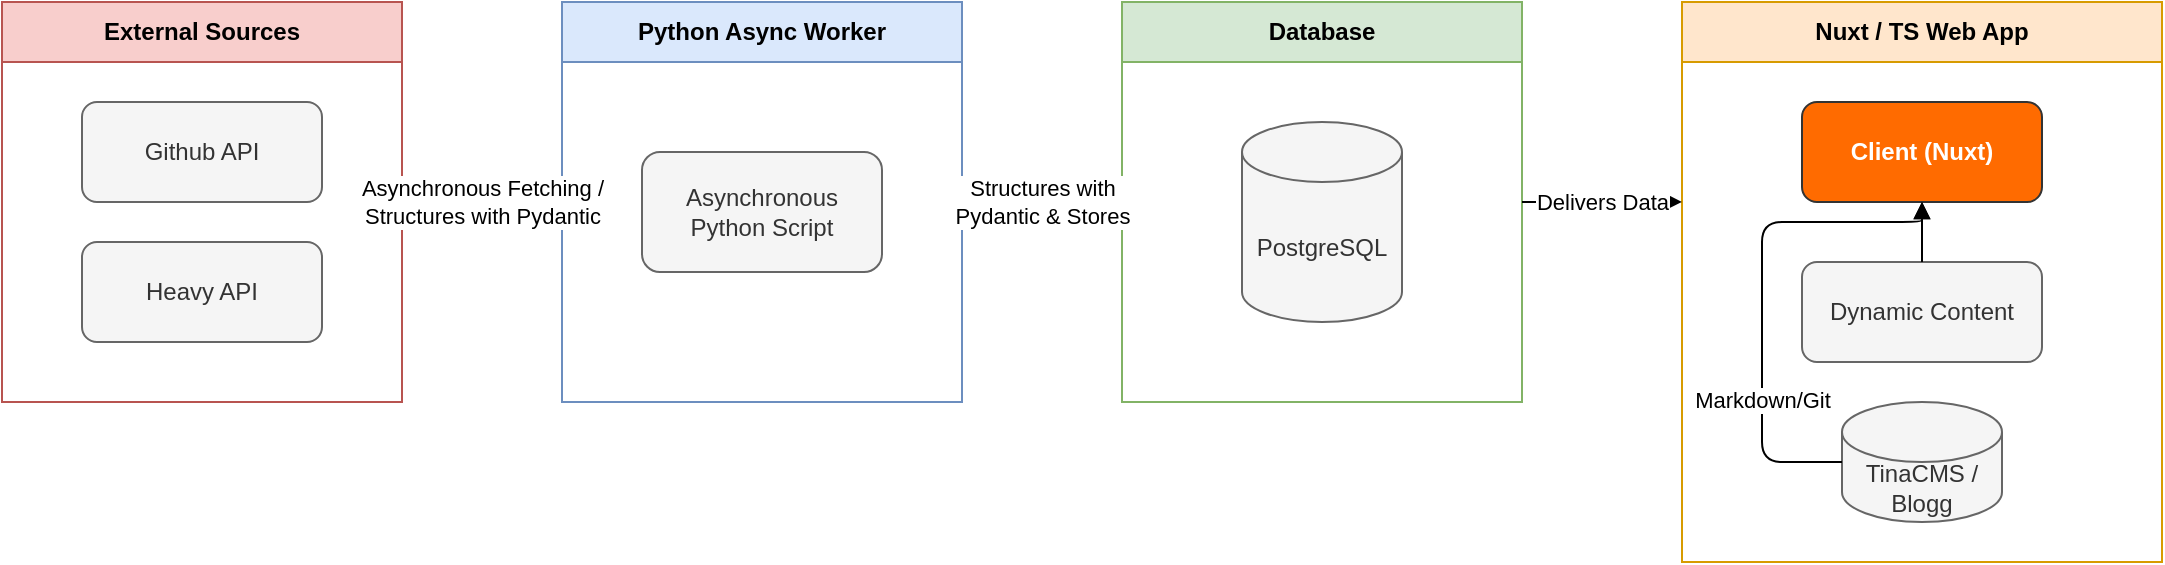
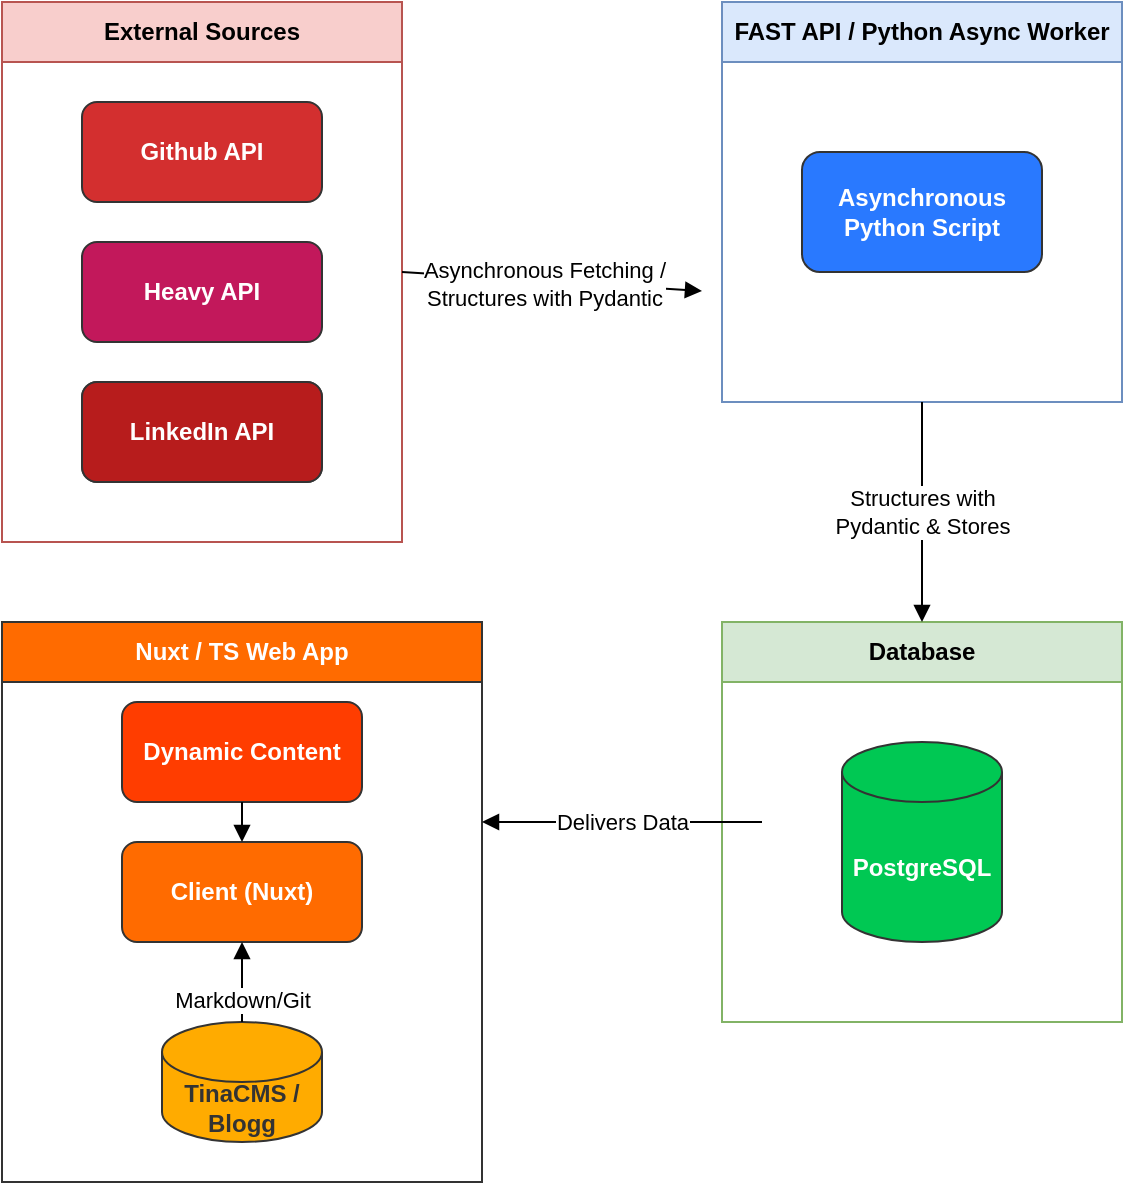
- <?xml version="1.0" encoding="UTF-8"?>
- <mxfile host="app.diagrams.net" modified="2026-05-16T14:00:00.000Z" agent="Gemini CLI" version="14.7.6">
-   <diagram id="context-diagram" name="System Context Diagram">
-     <mxGraphModel dx="1422" dy="762" grid="1" gridSize="10" guides="1" tooltips="1" connect="1" arrows="1" fold="1" page="1" pageScale="1" pageWidth="1169" pageHeight="827" math="0" shadow="0">
-       <root>
-         <mxCell id="0" />
-         <mxCell id="1" parent="0" />
- 
-         <!-- Subgraph: External Sources (Red) -->
-         <mxCell id="group-ext" value="External Sources" style="swimlane;whiteSpace=wrap;html=1;fillColor=#f8cecc;strokeColor=#b85450;startSize=30;fontStyle=1;" vertex="1" parent="1">
-           <mxGeometry x="40" y="40" width="200" height="200" as="geometry" />
-         </mxCell>
-         <mxCell id="node-github" value="Github API" style="rounded=1;whiteSpace=wrap;html=1;fillColor=#f5f5f5;fontColor=#333333;strokeColor=#666666;" vertex="1" parent="group-ext">
-           <mxGeometry x="40" y="50" width="120" height="50" as="geometry" />
-         </mxCell>
-         <mxCell id="node-heavy" value="Heavy API" style="rounded=1;whiteSpace=wrap;html=1;fillColor=#f5f5f5;fontColor=#333333;strokeColor=#666666;" vertex="1" parent="group-ext">
-           <mxGeometry x="40" y="120" width="120" height="50" as="geometry" />
-         </mxCell>
- 
-         <!-- Subgraph: Python Async Worker (Blue) -->
-         <mxCell id="group-backend" value="Python Async Worker" style="swimlane;whiteSpace=wrap;html=1;fillColor=#dae8fc;strokeColor=#6c8ebf;startSize=30;fontStyle=1;" vertex="1" parent="1">
-           <mxGeometry x="320" y="40" width="200" height="200" as="geometry" />
-         </mxCell>
-         <mxCell id="node-python" value="Asynchronous&#xa;Python Script" style="rounded=1;whiteSpace=wrap;html=1;fillColor=#f5f5f5;fontColor=#333333;strokeColor=#666666;" vertex="1" parent="group-backend">
-           <mxGeometry x="40" y="75" width="120" height="60" as="geometry" />
-         </mxCell>
- 
-         <!-- Subgraph: Database (Green) -->
-         <mxCell id="group-db" value="Database" style="swimlane;whiteSpace=wrap;html=1;fillColor=#d5e8d4;strokeColor=#82b366;startSize=30;fontStyle=1;" vertex="1" parent="1">
-           <mxGeometry x="600" y="40" width="200" height="200" as="geometry" />
-         </mxCell>
-         <mxCell id="node-postgres" value="PostgreSQL" style="shape=cylinder3;whiteSpace=wrap;html=1;boundedLbl=1;backgroundOutline=1;size=15;fillColor=#f5f5f5;fontColor=#333333;strokeColor=#666666;" vertex="1" parent="group-db">
-           <mxGeometry x="60" y="60" width="80" height="100" as="geometry" />
-         </mxCell>
- 
-         <!-- Subgraph: Nuxt / TS Web App (Orange) -->
-         <mxCell id="group-frontend" value="Nuxt / TS Web App" style="swimlane;whiteSpace=wrap;html=1;fillColor=#ffe6cc;strokeColor=#d79b00;startSize=30;fontStyle=1;" vertex="1" parent="1">
-           <mxGeometry x="880" y="40" width="240" height="280" as="geometry" />
-         </mxCell>
-         <mxCell id="node-nuxt" value="Client (Nuxt)" style="rounded=1;whiteSpace=wrap;html=1;fillColor=#FF6B00;fontColor=#ffffff;strokeColor=#333333;fontStyle=1" vertex="1" parent="group-frontend">
-           <mxGeometry x="60" y="50" width="120" height="50" as="geometry" />
-         </mxCell>
-         <mxCell id="node-dynamic" value="Dynamic Content" style="rounded=1;whiteSpace=wrap;html=1;fillColor=#f5f5f5;fontColor=#333333;strokeColor=#666666;" vertex="1" parent="group-frontend">
-           <mxGeometry x="60" y="130" width="120" height="50" as="geometry" />
-         </mxCell>
-         <mxCell id="node-tina" value="TinaCMS / Blogg" style="shape=cylinder3;whiteSpace=wrap;html=1;boundedLbl=1;backgroundOutline=1;size=15;fillColor=#f5f5f5;fontColor=#333333;strokeColor=#666666;" vertex="1" parent="group-frontend">
-           <mxGeometry x="80" y="200" width="80" height="60" as="geometry" />
-         </mxCell>
- 
-         <!-- Connections -->
-         <mxCell id="edge1" value="Asynchronous Fetching /&#xa;Structures with Pydantic" style="endArrow=block;endFill=1;html=1;exitX=1;exitY=0.5;exitDx=0;exitDy=0;entryX=0;entryY=0.5;entryDx=0;entryDy=0;" edge="1" parent="1" source="group-ext" target="group-backend">
-           <mxGeometry relative="1" as="geometry" />
-         </mxCell>
-         <mxCell id="edge2" value="Structures with&#xa;Pydantic &amp; Stores" style="endArrow=block;endFill=1;html=1;exitX=1;exitY=0.5;exitDx=0;exitDy=0;entryX=0;entryY=0.5;entryDx=0;entryDy=0;" edge="1" parent="1" source="group-backend" target="group-db">
-           <mxGeometry relative="1" as="geometry" />
-         </mxCell>
-         <mxCell id="edge3" value="Delivers Data" style="endArrow=block;endFill=1;html=1;exitX=1;exitY=0.5;exitDx=0;exitDy=0;entryX=0;entryY=0.357;entryDx=0;entryDy=0;entryPerimeter=0;" edge="1" parent="1" source="group-db" target="group-frontend">
-           <mxGeometry relative="1" as="geometry" />
-         </mxCell>
-         <mxCell id="edge4" value="" style="endArrow=block;endFill=1;html=1;exitX=0.5;exitY=0;exitDx=0;exitDy=0;entryX=0.5;entryY=1;entryDx=0;entryDy=0;" edge="1" parent="group-frontend" source="node-dynamic" target="node-nuxt">
-           <mxGeometry relative="1" as="geometry" />
-         </mxCell>
-         <mxCell id="edge5" value="Markdown/Git" style="endArrow=block;endFill=1;html=1;exitX=0;exitY=0.5;exitDx=0;exitDy=0;exitPerimeter=0;entryX=0.5;entryY=1;entryDx=0;entryDy=0;edgeStyle=orthogonalEdgeStyle;curved=0;" edge="1" parent="group-frontend" source="node-tina" target="node-nuxt">
-           <mxGeometry x="-0.4286" relative="1" as="geometry">
-             <mxPoint as="offset" />
-             <Array as="points">
-               <mxPoint x="40" y="230" />
-               <mxPoint x="40" y="110" />
-               <mxPoint x="120" y="110" />
-             </Array>
-           </mxGeometry>
-         </mxCell>
- 
-       </root>
-     </mxGraphModel>
-   </diagram>
- </mxfile>
+ <mxfile host="65bd71144e">
+     <diagram id="context-diagram" name="System Context Diagram">
+         <mxGraphModel dx="1369" dy="740" grid="1" gridSize="10" guides="1" tooltips="1" connect="1" arrows="1" fold="1" page="1" pageScale="1" pageWidth="1169" pageHeight="827" math="0" shadow="0">
+             <root>
+                 <mxCell id="0"/>
+                 <mxCell id="1" parent="0"/>
+                 <mxCell id="group-ext" value="External Sources" style="swimlane;whiteSpace=wrap;html=1;fillColor=#f8cecc;strokeColor=#b85450;startSize=30;fontStyle=1;" parent="1" vertex="1">
+                     <mxGeometry x="40" y="40" width="200" height="270" as="geometry"/>
+                 </mxCell>
+                 <mxCell id="node-github" value="Github API" style="rounded=1;whiteSpace=wrap;html=1;fillColor=#D32F2F;fontColor=#ffffff;strokeColor=#333333;fontStyle=1" parent="group-ext" vertex="1">
+                     <mxGeometry x="40" y="50" width="120" height="50" as="geometry"/>
+                 </mxCell>
+                 <mxCell id="node-heavy" value="Heavy API" style="rounded=1;whiteSpace=wrap;html=1;fillColor=#C2185B;fontColor=#ffffff;strokeColor=#333333;fontStyle=1" parent="group-ext" vertex="1">
+                     <mxGeometry x="40" y="120" width="120" height="50" as="geometry"/>
+                 </mxCell>
+                 <mxCell id="2" value="LinkedIn API" style="rounded=1;whiteSpace=wrap;html=1;fillColor=#f5f5f5;fontColor=#333333;strokeColor=#666666;" vertex="1" parent="group-ext">
+                     <mxGeometry x="40" y="190" width="120" height="50" as="geometry"/>
+                 </mxCell>
+                 <mxCell id="node-linkedin" value="LinkedIn API" style="rounded=1;whiteSpace=wrap;html=1;fillColor=#B71C1C;fontColor=#ffffff;strokeColor=#333333;fontStyle=1" vertex="1" parent="group-ext">
+                     <mxGeometry x="40" y="190" width="120" height="50" as="geometry"/>
+                 </mxCell>
+                 <mxCell id="group-backend" value="FAST API / Python Async Worker" style="swimlane;whiteSpace=wrap;html=1;fillColor=#dae8fc;strokeColor=#6c8ebf;startSize=30;fontStyle=1;" parent="1" vertex="1">
+                     <mxGeometry x="400" y="40" width="200" height="200" as="geometry"/>
+                 </mxCell>
+                 <mxCell id="node-python" value="Asynchronous&#xa;Python Script" style="rounded=1;whiteSpace=wrap;html=1;fillColor=#2979FF;fontColor=#ffffff;strokeColor=#333333;fontStyle=1" parent="group-backend" vertex="1">
+                     <mxGeometry x="40" y="75" width="120" height="60" as="geometry"/>
+                 </mxCell>
+                 <mxCell id="edge1" value="" style="endArrow=block;endFill=1;html=1;exitX=1;exitY=0.5;exitDx=0;exitDy=0;" parent="group-backend" source="group-ext" edge="1">
+                     <mxGeometry x="0.5" y="10" relative="1" as="geometry">
+                         <mxPoint x="-140" y="144.5" as="sourcePoint"/>
+                         <mxPoint x="-10" y="144.5" as="targetPoint"/>
+                         <mxPoint as="offset"/>
+                     </mxGeometry>
+                 </mxCell>
+                 <mxCell id="4" value="&lt;span style=&quot;scrollbar-color: rgb(226, 226, 226) rgb(251, 251, 251); color: rgb(0, 0, 0);&quot;&gt;Asynchronous Fetching /&lt;/span&gt;&lt;br style=&quot;scrollbar-color: rgb(226, 226, 226) rgb(251, 251, 251); color: rgb(63, 63, 63);&quot;&gt;&lt;span style=&quot;scrollbar-color: rgb(226, 226, 226) rgb(251, 251, 251); color: rgb(0, 0, 0);&quot;&gt;Structures with Pydantic&lt;/span&gt;" style="edgeLabel;html=1;align=center;verticalAlign=middle;resizable=0;points=[];" vertex="1" connectable="0" parent="edge1">
+                     <mxGeometry x="-0.053" y="-1" relative="1" as="geometry">
+                         <mxPoint as="offset"/>
+                     </mxGeometry>
+                 </mxCell>
+                 <mxCell id="group-db" value="Database" style="swimlane;whiteSpace=wrap;html=1;fillColor=#d5e8d4;strokeColor=#82b366;startSize=30;fontStyle=1;" parent="1" vertex="1">
+                     <mxGeometry x="400" y="350" width="200" height="200" as="geometry"/>
+                 </mxCell>
+                 <mxCell id="node-postgres" value="PostgreSQL" style="shape=cylinder3;whiteSpace=wrap;html=1;boundedLbl=1;backgroundOutline=1;size=15;fillColor=#00C853;fontColor=#ffffff;strokeColor=#333333;fontStyle=1" parent="group-db" vertex="1">
+                     <mxGeometry x="60" y="60" width="80" height="100" as="geometry"/>
+                 </mxCell>
+                 <mxCell id="group-frontend" value="Nuxt / TS Web App" style="swimlane;whiteSpace=wrap;html=1;fillColor=#FF6B00;strokeColor=#333333;startSize=30;fontStyle=1;fontColor=#ffffff;" parent="1" vertex="1">
+                     <mxGeometry x="40" y="350" width="240" height="280" as="geometry"/>
+                 </mxCell>
+                 <mxCell id="node-nuxt" value="Client (Nuxt)" style="rounded=1;whiteSpace=wrap;html=1;fillColor=#FF6B00;fontColor=#ffffff;strokeColor=#333333;fontStyle=1" parent="group-frontend" vertex="1">
+                     <mxGeometry x="60" y="110" width="120" height="50" as="geometry"/>
+                 </mxCell>
+                 <mxCell id="node-dynamic" value="Dynamic Content" style="rounded=1;whiteSpace=wrap;html=1;fillColor=#FF3D00;fontColor=#ffffff;strokeColor=#333333;fontStyle=1" parent="group-frontend" vertex="1">
+                     <mxGeometry x="60" y="40" width="120" height="50" as="geometry"/>
+                 </mxCell>
+                 <mxCell id="node-tina" value="TinaCMS / Blogg" style="shape=cylinder3;whiteSpace=wrap;html=1;boundedLbl=1;backgroundOutline=1;size=15;fillColor=#FFAB00;fontColor=#333333;strokeColor=#333333;fontStyle=1" parent="group-frontend" vertex="1">
+                     <mxGeometry x="80" y="200" width="80" height="60" as="geometry"/>
+                 </mxCell>
+                 <mxCell id="edge4" value="" style="endArrow=block;endFill=1;html=1;" parent="group-frontend" edge="1">
+                     <mxGeometry relative="1" as="geometry">
+                         <mxPoint x="120" y="90" as="sourcePoint"/>
+                         <mxPoint x="120" y="110" as="targetPoint"/>
+                     </mxGeometry>
+                 </mxCell>
+                 <mxCell id="edge5" value="Markdown/Git" style="endArrow=block;endFill=1;html=1;exitX=0.5;exitY=0;exitDx=0;exitDy=0;exitPerimeter=0;entryX=0.5;entryY=1;entryDx=0;entryDy=0;edgeStyle=orthogonalEdgeStyle;curved=0;" parent="group-frontend" source="node-tina" target="node-nuxt" edge="1">
+                     <mxGeometry x="-0.4286" relative="1" as="geometry">
+                         <mxPoint as="offset"/>
+                         <Array as="points"/>
+                     </mxGeometry>
+                 </mxCell>
+                 <mxCell id="edge2" value="Structures with&#xa;Pydantic &amp; Stores" style="endArrow=block;endFill=1;html=1;exitX=0.5;exitY=1;exitDx=0;exitDy=0;entryX=0.5;entryY=0;entryDx=0;entryDy=0;" parent="1" source="group-backend" target="group-db" edge="1">
+                     <mxGeometry relative="1" as="geometry"/>
+                 </mxCell>
+                 <mxCell id="edge3" value="Delivers Data" style="endArrow=block;endFill=1;html=1;" parent="1" edge="1">
+                     <mxGeometry relative="1" as="geometry">
+                         <mxPoint x="420" y="450" as="sourcePoint"/>
+                         <mxPoint x="280" y="450" as="targetPoint"/>
+                     </mxGeometry>
+                 </mxCell>
+             </root>
+         </mxGraphModel>
+     </diagram>
+ </mxfile>